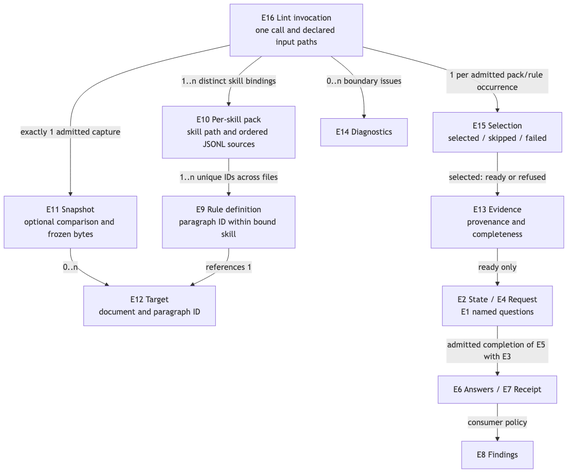
Above: docs/specs/2026-10-12-rust-rule-engine/assets/specification-entities.png in ShravanSunder/sunstack-tools (Mermaid), before the change. Its source is kept beside it as docs/specs/2026-10-12-rust-rule-engine/assets/specification-entities.mmd.
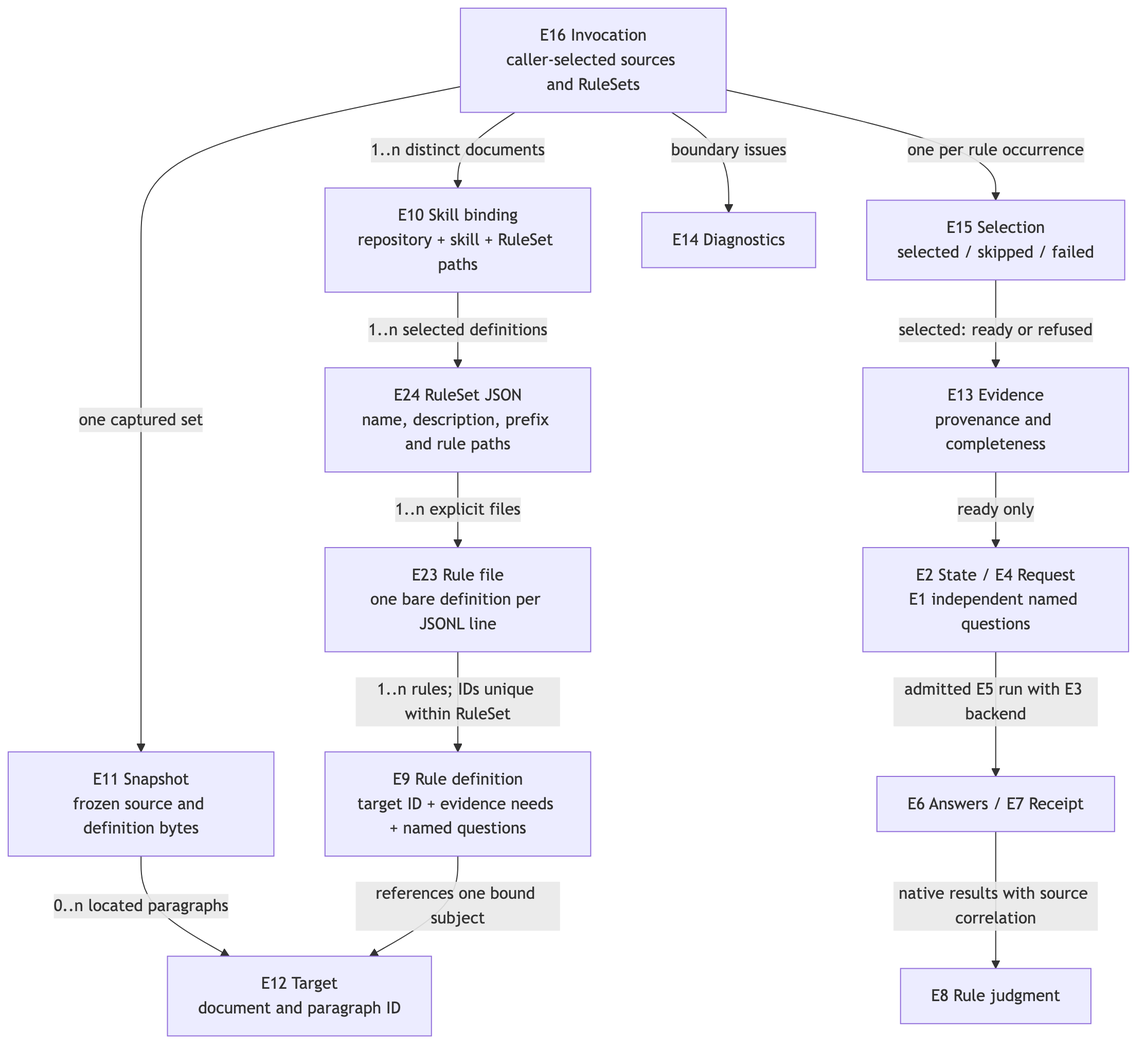
After the change.

Change to the diagram source:
```diff
@@ -1,12 +1,14 @@
 flowchart TB
-  P["E10 Per-skill pack<br/>skill path and ordered JSONL sources"] -->|"1..n unique IDs across files"| D["E9 Rule definition<br/>paragraph ID within bound skill"]
-  L["E16 Lint invocation<br/>one call and declared input paths"] -->|"1..n distinct skill bindings"| P
-  L -->|"exactly 1 admitted capture"| S["E11 Snapshot<br/>optional comparison and frozen bytes"]
-  S -->|"0..n"| T["E12 Target<br/>document and paragraph ID"]
-  D -->|"references 1"| T
-  L -->|"1 per admitted pack/rule occurrence"| X["E15 Selection<br/>selected / skipped / failed"]
+  L["E16 Invocation<br/>caller-selected sources and RuleSets"] -->|"1..n distinct documents"| P["E10 Skill binding<br/>repository + skill + RuleSet paths"]
+  P -->|"1..n selected definitions"| RS["E24 RuleSet JSON<br/>name, description, prefix and rule paths"]
+  RS -->|"1..n explicit files"| RF["E23 Rule file<br/>one bare definition per JSONL line"]
+  RF -->|"1..n rules; IDs unique within RuleSet"| D["E9 Rule definition<br/>target ID + evidence needs + named questions"]
+  L -->|"one captured set"| S["E11 Snapshot<br/>frozen source and definition bytes"]
+  S -->|"0..n located paragraphs"| T["E12 Target<br/>document and paragraph ID"]
+  D -->|"references one bound subject"| T
+  L -->|"one per rule occurrence"| X["E15 Selection<br/>selected / skipped / failed"]
   X -->|"selected: ready or refused"| B["E13 Evidence<br/>provenance and completeness"]
-  B -->|"ready only"| Q["E2 State / E4 Request<br/>E1 named questions"]
-  Q -->|"admitted completion of E5 with E3"| A["E6 Answers / E7 Receipt"]
-  A -->|"consumer policy"| F["E8 Findings"]
-  L -->|"0..n boundary issues"| I["E14 Diagnostics"]
+  B -->|"ready only"| Q["E2 State / E4 Request<br/>E1 independent named questions"]
+  Q -->|"admitted E5 run with E3 backend"| A["E6 Answers / E7 Receipt"]
+  A -->|"native results with source correlation"| F["E8 Rule judgment"]
+  L -->|"boundary issues"| I["E14 Diagnostics"]
```
